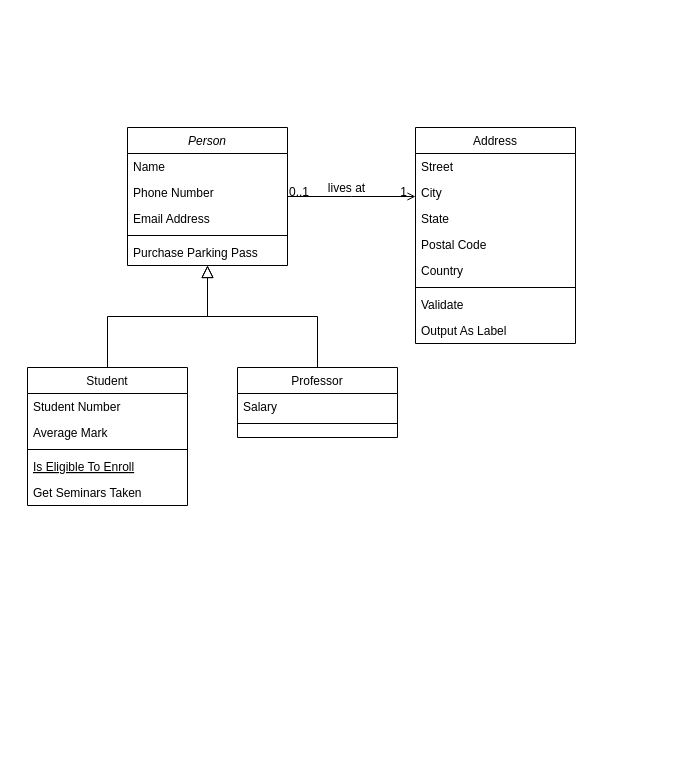
This is pharmacy.drawio from CarlosMayo1/pharmacy, a draw.io file, before an edit. Source tidied: cells renumbered, new cells numbered last; positions are measured from the earlier drawing's top-left corner, leaving out a move shared by most shapes. Both pictures are drawn from the tidied source at 100%, with x=0, y=0 at pixel (27, 127).
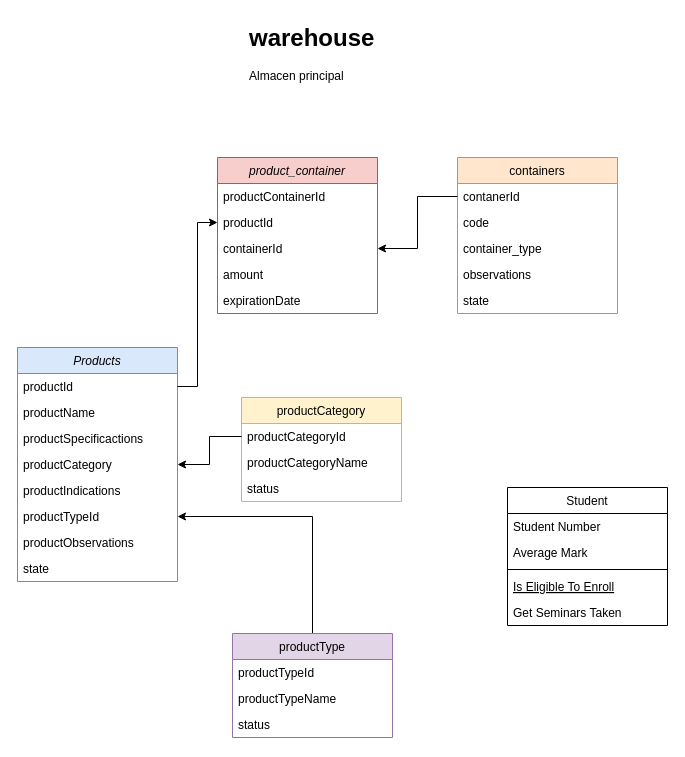
Above is the later version.

Change to the diagram source:
```diff
@@
-    <mxCell id="2" value="Person" style="swimlane;fontStyle=2;align=center;verticalAlign=top;horizontal=1;startSize=26;rounded=0;shadow=0;strokeWidth=1;" parent="1" vertex="1">
-      <mxGeometry x="100" width="160" height="138" as="geometry" />
+    <mxCell id="2" value="Products" style="swimlane;fontStyle=2;align=center;verticalAlign=top;horizontal=1;startSize=26;rounded=0;shadow=0;strokeWidth=1;fillColor=#dae8fc;strokeColor=#6c8ebf;" parent="1" vertex="1">
+      <mxGeometry x="-10" y="220" width="160" height="234" as="geometry" />
     </mxCell>
-    <mxCell id="3" value="Name" style="text;align=left;verticalAlign=top;spacingLeft=4;spacingRight=4;overflow=hidden;points=[[0,0.5],[1,0.5]];portConstraint=eastwest;" parent="2" vertex="1">
+    <mxCell id="3" value="productId" style="text;align=left;verticalAlign=top;spacingLeft=4;spacingRight=4;overflow=hidden;points=[[0,0.5],[1,0.5]];portConstraint=eastwest;" parent="2" vertex="1">
       <mxGeometry y="26" width="160" height="26" as="geometry" />
     </mxCell>
-    <mxCell id="4" value="Phone Number" style="text;align=left;verticalAlign=top;spacingLeft=4;spacingRight=4;overflow=hidden;rounded=0;shadow=0;html=0;" parent="2" vertex="1">
+    <mxCell id="4" value="productName" style="text;align=left;verticalAlign=top;spacingLeft=4;spacingRight=4;overflow=hidden;rounded=0;shadow=0;html=0;" parent="2" vertex="1">
       <mxGeometry y="52" width="160" height="26" as="geometry" />
     </mxCell>
+    <mxCell id="32" value="productSpecificactions" style="text;align=left;verticalAlign=top;spacingLeft=4;spacingRight=4;overflow=hidden;rounded=0;shadow=0;html=0;" parent="2" vertex="1">
+      <mxGeometry y="78" width="160" height="26" as="geometry" />
+    </mxCell>
+    <mxCell id="33" value="productCategory" style="text;align=left;verticalAlign=top;spacingLeft=4;spacingRight=4;overflow=hidden;points=[[0,0.5],[1,0.5]];portConstraint=eastwest;rounded=0;shadow=0;html=0;" parent="2" vertex="1">
+      <mxGeometry y="104" width="160" height="26" as="geometry" />
+    </mxCell>
+    <mxCell id="34" value="productIndications" style="text;align=left;verticalAlign=top;spacingLeft=4;spacingRight=4;overflow=hidden;rounded=0;shadow=0;html=0;" parent="2" vertex="1">
+      <mxGeometry y="130" width="160" height="26" as="geometry" />
+    </mxCell>
-    <mxCell id="5" value="Email Address" style="text;align=left;verticalAlign=top;spacingLeft=4;spacingRight=4;overflow=hidden;points=[[0,0.5],[1,0.5]];portConstraint=eastwest;rounded=0;shadow=0;html=0;" parent="2" vertex="1">
-      <mxGeometry y="78" width="160" height="26" as="geometry" />
+    <mxCell id="5" value="productTypeId" style="text;align=left;verticalAlign=top;spacingLeft=4;spacingRight=4;overflow=hidden;points=[[0,0.5],[1,0.5]];portConstraint=eastwest;rounded=0;shadow=0;html=0;" parent="2" vertex="1">
+      <mxGeometry y="156" width="160" height="26" as="geometry" />
     </mxCell>
-    <mxCell id="6" style="line;html=1;strokeWidth=1;align=left;verticalAlign=middle;spacingTop=-1;spacingLeft=3;spacingRight=3;labelPosition=right;" parent="2" vertex="1">
-      <mxGeometry y="104" width="160" height="8" as="geometry" />
-    </mxCell>
-    <mxCell id="7" value="Purchase Parking Pass" style="text;align=left;verticalAlign=top;spacingLeft=4;spacingRight=4;overflow=hidden;" parent="2" vertex="1">
-      <mxGeometry y="112" width="160" height="26" as="geometry" />
-    </mxCell>
+    <mxCell id="35" value="productObservations&#10;" style="text;align=left;verticalAlign=top;spacingLeft=4;spacingRight=4;overflow=hidden;rounded=0;shadow=0;html=0;" parent="2" vertex="1">
+      <mxGeometry y="182" width="160" height="26" as="geometry" />
+    </mxCell>
+    <mxCell id="36" value="state" style="text;align=left;verticalAlign=top;spacingLeft=4;spacingRight=4;overflow=hidden;rounded=0;shadow=0;html=0;" parent="2" vertex="1">
+      <mxGeometry y="208" width="160" height="26" as="geometry" />
+    </mxCell>
     <mxCell id="8" value="Student" style="swimlane;fontStyle=0;align=center;verticalAlign=top;horizontal=1;startSize=26;rounded=0;shadow=0;strokeWidth=1;" parent="1" vertex="1">
-      <mxGeometry y="240" width="160" height="138" as="geometry" />
+      <mxGeometry x="480" y="360" width="160" height="138" as="geometry" />
     </mxCell>
@@
-    <mxCell id="14" style="endArrow=block;endSize=10;endFill=0;shadow=0;strokeWidth=1;rounded=0;curved=0;edgeStyle=elbowEdgeStyle;elbow=vertical;" parent="1" edge="1" source="8" target="2">
-      <mxGeometry relative="1" as="geometry" />
-    </mxCell>
-    <mxCell id="15" value="Professor" style="swimlane;fontStyle=0;align=center;verticalAlign=top;horizontal=1;startSize=26;rounded=0;shadow=0;strokeWidth=1;" parent="1" vertex="1">
-      <mxGeometry x="210" y="240" width="160" height="70" as="geometry" />
+    <mxCell id="15" value="productCategory" style="swimlane;fontStyle=0;align=center;verticalAlign=top;horizontal=1;startSize=26;rounded=0;shadow=0;strokeWidth=1;fillColor=#fff2cc;strokeColor=#d6b656;" parent="1" vertex="1">
+      <mxGeometry x="214" y="270" width="160" height="104" as="geometry" />
     </mxCell>
-    <mxCell id="16" value="Salary" style="text;align=left;verticalAlign=top;spacingLeft=4;spacingRight=4;overflow=hidden;points=[[0,0.5],[1,0.5]];portConstraint=eastwest;" parent="15" vertex="1">
+    <mxCell id="16" value="productCategoryId" style="text;align=left;verticalAlign=top;spacingLeft=4;spacingRight=4;overflow=hidden;points=[[0,0.5],[1,0.5]];portConstraint=eastwest;" parent="15" vertex="1">
       <mxGeometry y="26" width="160" height="26" as="geometry" />
     </mxCell>
-    <mxCell id="17" style="line;html=1;strokeWidth=1;align=left;verticalAlign=middle;spacingTop=-1;spacingLeft=3;spacingRight=3;labelPosition=right;" parent="15" vertex="1">
-      <mxGeometry y="52" width="160" height="8" as="geometry" />
-    </mxCell>
-    <mxCell id="18" style="endArrow=block;endSize=10;endFill=0;shadow=0;strokeWidth=1;rounded=0;curved=0;edgeStyle=elbowEdgeStyle;elbow=vertical;" parent="1" edge="1" source="15" target="2">
-      <mxGeometry relative="1" as="geometry" />
-    </mxCell>
+    <mxCell id="37" value="productCategoryName" style="text;align=left;verticalAlign=top;spacingLeft=4;spacingRight=4;overflow=hidden;" parent="15" vertex="1">
+      <mxGeometry y="52" width="160" height="26" as="geometry" />
+    </mxCell>
+    <mxCell id="38" value="status" style="text;align=left;verticalAlign=top;spacingLeft=4;spacingRight=4;overflow=hidden;" parent="15" vertex="1">
+      <mxGeometry y="78" width="160" height="26" as="geometry" />
+    </mxCell>
-    <mxCell id="19" value="Address" style="swimlane;fontStyle=0;align=center;verticalAlign=top;horizontal=1;startSize=26;rounded=0;shadow=0;strokeWidth=1;" parent="1" vertex="1">
-      <mxGeometry x="388" width="160" height="216" as="geometry" />
+    <mxCell id="19" value="containers" style="swimlane;fontStyle=0;align=center;verticalAlign=top;horizontal=1;startSize=26;rounded=0;shadow=0;strokeWidth=1;fillColor=#ffe6cc;strokeColor=#d79b00;" parent="1" vertex="1">
+      <mxGeometry x="430" y="30" width="160" height="156" as="geometry" />
     </mxCell>
-    <mxCell id="20" value="Street" style="text;align=left;verticalAlign=top;spacingLeft=4;spacingRight=4;overflow=hidden;points=[[0,0.5],[1,0.5]];portConstraint=eastwest;" parent="19" vertex="1">
+    <mxCell id="20" value="contanerId" style="text;align=left;verticalAlign=top;spacingLeft=4;spacingRight=4;overflow=hidden;points=[[0,0.5],[1,0.5]];portConstraint=eastwest;" parent="19" vertex="1">
       <mxGeometry y="26" width="160" height="26" as="geometry" />
     </mxCell>
-    <mxCell id="21" value="City" style="text;align=left;verticalAlign=top;spacingLeft=4;spacingRight=4;overflow=hidden;rounded=0;shadow=0;html=0;" parent="19" vertex="1">
+    <mxCell id="21" value="code" style="text;align=left;verticalAlign=top;spacingLeft=4;spacingRight=4;overflow=hidden;rounded=0;shadow=0;html=0;" parent="19" vertex="1">
       <mxGeometry y="52" width="160" height="26" as="geometry" />
     </mxCell>
-    <mxCell id="22" value="State" style="text;align=left;verticalAlign=top;spacingLeft=4;spacingRight=4;overflow=hidden;rounded=0;shadow=0;html=0;" parent="19" vertex="1">
+    <mxCell id="22" value="container_type" style="text;align=left;verticalAlign=top;spacingLeft=4;spacingRight=4;overflow=hidden;rounded=0;shadow=0;html=0;" parent="19" vertex="1">
       <mxGeometry y="78" width="160" height="26" as="geometry" />
     </mxCell>
-    <mxCell id="23" value="Postal Code" style="text;align=left;verticalAlign=top;spacingLeft=4;spacingRight=4;overflow=hidden;rounded=0;shadow=0;html=0;" parent="19" vertex="1">
-      <mxGeometry y="104" width="160" height="26" as="geometry" />
-    </mxCell>
-    <mxCell id="24" value="Country" style="text;align=left;verticalAlign=top;spacingLeft=4;spacingRight=4;overflow=hidden;rounded=0;shadow=0;html=0;" parent="19" vertex="1">
-      <mxGeometry y="130" width="160" height="26" as="geometry" />
-    </mxCell>
-    <mxCell id="25" style="line;html=1;strokeWidth=1;align=left;verticalAlign=middle;spacingTop=-1;spacingLeft=3;spacingRight=3;labelPosition=right;" parent="19" vertex="1">
-      <mxGeometry y="156" width="160" height="8" as="geometry" />
-    </mxCell>
-    <mxCell id="26" value="Validate" style="text;align=left;verticalAlign=top;spacingLeft=4;spacingRight=4;overflow=hidden;" parent="19" vertex="1">
-      <mxGeometry y="164" width="160" height="26" as="geometry" />
-    </mxCell>
-    <mxCell id="27" value="Output As Label" style="text;align=left;verticalAlign=top;spacingLeft=4;spacingRight=4;overflow=hidden;" parent="19" vertex="1">
-      <mxGeometry y="190" width="160" height="26" as="geometry" />
-    </mxCell>
-    <mxCell id="28" style="endArrow=open;shadow=0;strokeWidth=1;rounded=0;curved=0;endFill=1;edgeStyle=elbowEdgeStyle;elbow=vertical;" parent="1" edge="1" source="2" target="19">
-      <mxGeometry x="0.5" y="41" relative="1" as="geometry">
-        <mxPoint x="-40" y="32" as="offset" />
-      </mxGeometry>
-    </mxCell>
-    <mxCell id="29" value="0..1" style="align=left;verticalAlign=bottom;labelBackgroundColor=none;fontSize=12;" parent="28" vertex="1">
-      <mxGeometry x="-1" relative="1" as="geometry">
-        <mxPoint y="4" as="offset" />
-      </mxGeometry>
-    </mxCell>
-    <mxCell id="30" value="1" style="align=right;verticalAlign=bottom;labelBackgroundColor=none;fontSize=12;" parent="28" vertex="1">
-      <mxGeometry x="1" relative="1" as="geometry">
-        <mxPoint x="-7" y="4" as="offset" />
-      </mxGeometry>
-    </mxCell>
-    <mxCell id="31" value="lives at" style="text;html=1;align=center;verticalAlign=middle;labelBackgroundColor=none;rounded=0;shadow=0;strokeWidth=1;fontSize=12;" parent="28" vertex="1">
-      <mxGeometry x="0.5" y="49" relative="1" as="geometry">
-        <mxPoint x="-38" y="40" as="offset" />
-      </mxGeometry>
-    </mxCell>
+    <mxCell id="39" value="observations" style="text;align=left;verticalAlign=top;spacingLeft=4;spacingRight=4;overflow=hidden;rounded=0;shadow=0;html=0;" parent="19" vertex="1">
+      <mxGeometry y="104" width="160" height="26" as="geometry" />
+    </mxCell>
+    <mxCell id="40" value="state" style="text;align=left;verticalAlign=top;spacingLeft=4;spacingRight=4;overflow=hidden;rounded=0;shadow=0;html=0;" parent="19" vertex="1">
+      <mxGeometry y="130" width="160" height="26" as="geometry" />
+    </mxCell>
+    <mxCell id="41" value="&lt;h1 style=&quot;margin-top: 0px;&quot;&gt;warehouse&lt;/h1&gt;&lt;p&gt;Almacen principal&lt;/p&gt;" style="text;html=1;whiteSpace=wrap;overflow=hidden;rounded=0;" parent="1" vertex="1">
+      <mxGeometry x="220" y="-110" width="130" height="70" as="geometry" />
+    </mxCell>
+    <mxCell id="42" value="product_container" style="swimlane;fontStyle=2;align=center;verticalAlign=top;horizontal=1;startSize=26;rounded=0;shadow=0;strokeWidth=1;fillColor=#f8cecc;strokeColor=#b85450;" parent="1" vertex="1">
+      <mxGeometry x="190" y="30" width="160" height="156" as="geometry" />
+    </mxCell>
+    <mxCell id="43" value="productContainerId" style="text;align=left;verticalAlign=top;spacingLeft=4;spacingRight=4;overflow=hidden;" parent="42" vertex="1">
+      <mxGeometry y="26" width="160" height="26" as="geometry" />
+    </mxCell>
+    <mxCell id="44" value="productId" style="text;align=left;verticalAlign=top;spacingLeft=4;spacingRight=4;overflow=hidden;points=[[0,0.5],[1,0.5]];portConstraint=eastwest;" parent="42" vertex="1">
+      <mxGeometry y="52" width="160" height="26" as="geometry" />
+    </mxCell>
+    <mxCell id="45" value="containerId" style="text;align=left;verticalAlign=top;spacingLeft=4;spacingRight=4;overflow=hidden;points=[[0,0.5],[1,0.5]];portConstraint=eastwest;rounded=0;shadow=0;html=0;" parent="42" vertex="1">
+      <mxGeometry y="78" width="160" height="26" as="geometry" />
+    </mxCell>
+    <mxCell id="46" value="amount" style="text;align=left;verticalAlign=top;spacingLeft=4;spacingRight=4;overflow=hidden;rounded=0;shadow=0;html=0;" parent="42" vertex="1">
+      <mxGeometry y="104" width="160" height="26" as="geometry" />
+    </mxCell>
+    <mxCell id="47" value="expirationDate" style="text;align=left;verticalAlign=top;spacingLeft=4;spacingRight=4;overflow=hidden;rounded=0;shadow=0;html=0;" parent="42" vertex="1">
+      <mxGeometry y="130" width="160" height="26" as="geometry" />
+    </mxCell>
+    <mxCell id="48" style="edgeStyle=orthogonalEdgeStyle;rounded=0;jettySize=auto;html=1;" parent="1" edge="1" source="3" target="44">
+      <mxGeometry relative="1" as="geometry" />
+    </mxCell>
+    <mxCell id="49" style="edgeStyle=orthogonalEdgeStyle;rounded=0;jettySize=auto;html=1;" parent="1" edge="1" source="20" target="45">
+      <mxGeometry relative="1" as="geometry" />
+    </mxCell>
+    <mxCell id="50" style="edgeStyle=orthogonalEdgeStyle;rounded=0;jettySize=auto;html=1;" parent="1" edge="1" source="51" target="5">
+      <mxGeometry relative="1" as="geometry" />
+    </mxCell>
+    <mxCell id="51" value="productType" style="swimlane;fontStyle=0;align=center;verticalAlign=top;horizontal=1;startSize=26;rounded=0;shadow=0;strokeWidth=1;fillColor=#e1d5e7;strokeColor=#9673a6;" parent="1" vertex="1">
+      <mxGeometry x="205" y="506" width="160" height="104" as="geometry" />
+    </mxCell>
+    <mxCell id="52" value="productTypeId" style="text;align=left;verticalAlign=top;spacingLeft=4;spacingRight=4;overflow=hidden;" parent="51" vertex="1">
+      <mxGeometry y="26" width="160" height="26" as="geometry" />
+    </mxCell>
+    <mxCell id="53" value="productTypeName" style="text;align=left;verticalAlign=top;spacingLeft=4;spacingRight=4;overflow=hidden;" parent="51" vertex="1">
+      <mxGeometry y="52" width="160" height="26" as="geometry" />
+    </mxCell>
+    <mxCell id="54" value="status" style="text;align=left;verticalAlign=top;spacingLeft=4;spacingRight=4;overflow=hidden;" parent="51" vertex="1">
+      <mxGeometry y="78" width="160" height="26" as="geometry" />
+    </mxCell>
+    <mxCell id="55" style="edgeStyle=orthogonalEdgeStyle;rounded=0;jettySize=auto;html=1;" parent="1" edge="1" source="16" target="33">
+      <mxGeometry relative="1" as="geometry" />
+    </mxCell>
```
